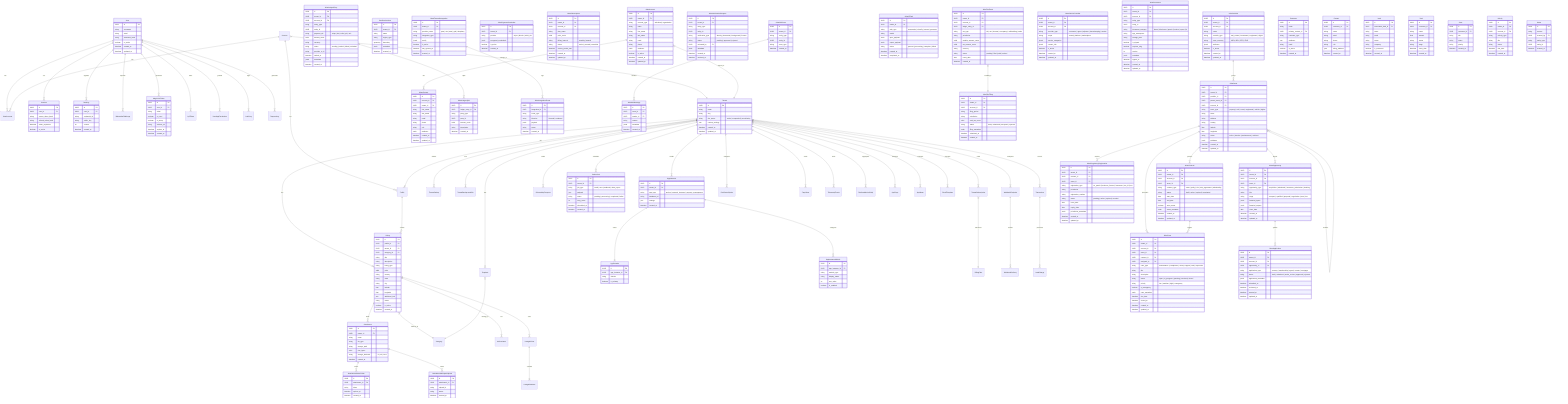
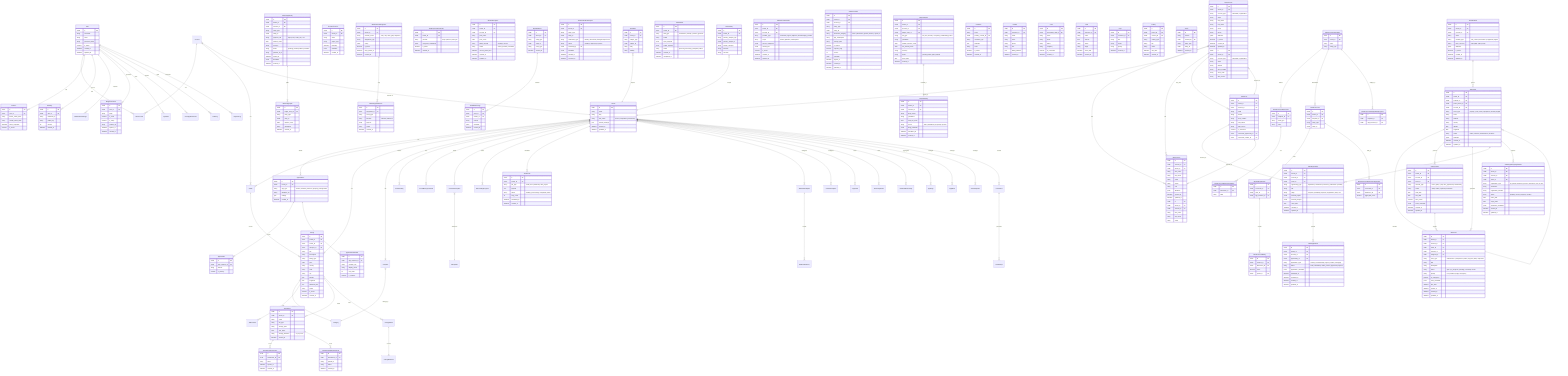
erDiagram
    %% ==========================================
    %% SECTION 1: Core Tenancy & Identity
    %% ==========================================

    User ||--o{ UserAccount : has
    User ||--o{ Session : has
    User ||--o{ Passkey : registers
    User ||--o{ WebauthnChallenge : requests
    User ||--o{ MagicLinkToken : generates
    User ||--o{ ApiToken : owns
    User ||--o{ UserAppPermission : granted
    User ||--o{ AuditLog : signs
    User ||--o{ RequestLog : generates

    Account ||--o{ UserAccount : has
    Account ||--o{ Profile : has
    Account }|--|| Tenant : belongs_to

    Tenant ||--o{ AppInstance : installs
    Tenant ||--|{ Profile : has
    Tenant ||--|{ Listing : has
    Tenant ||--|{ Template : has
    Tenant ||--o{ TenantSetting : defines
    Tenant ||--o{ TenantBackgroundJob : runs
    Tenant ||--o{ TenantSubscription : holds
    Tenant ||--o{ OnboardingProgress : tracks
    Tenant ||--o{ OutboxJob : schedules
    Tenant ||--o{ WebhookEndpoint : configures
    Tenant ||--o{ CrmStatusOption : configures
    Tenant ||--o{ PageView : tracks
    Tenant ||--o{ TelemetryEvents : emits
    Tenant ||--o{ PlatformMetricsDaily : aggregates
    Tenant ||--o{ AppPage : manages
    Tenant ||--o{ AppMenu : manages
    Tenant ||--o{ EmailTemplate : manages
    Tenant ||--o{ Transaction : records

    AppInstance ||--|{ AppDomain : routes
    AppInstance ||--o{ AppInstanceModule : configures
    TenantSubscription }|--|| BillingPlan : references
    WebhookEndpoint ||--o{ WebhookDelivery : records
    Transaction ||--o{ LeadCharge : processes

    %% ==========================================
    %% SECTION 2: UNIFIED PARTY MODEL (new canonical)
    %% ==========================================

    AtlasAccount {
        UUID id PK
        UUID tenant_id FK
        string account_type "individual | organization"
        string name
        string first_name
        string last_name
        string email
        string phone
        jsonb attributes
        boolean is_active
        datetime created_at
        datetime updated_at
    }

    AtlasContact {
        UUID id PK
        UUID account_id FK
        UUID tenant_id FK
        string first_name
        string last_name
        string email
        string phone
        string role
        jsonb attributes
        datetime created_at
        datetime updated_at
    }

    AtlasAccount ||--o{ AtlasContact : has
    AtlasAccount }|--|| Tenant : scoped_to

    %% ==========================================
    %% SECTION 3: INFRASTRUCTURE GENERICS (G01-G08)
    %% ==========================================

    GeoServiceArea {
        UUID id PK
        UUID tenant_id FK
        string name
        string region_type
        geometry boundary
        jsonb metadata
        datetime created_at
    }

    Attachment {
        UUID id PK
        UUID tenant_id FK
        string name
        string file_type
        string storage_path
        int64 size_bytes
        string storage_backend "r2 | s3 | local"
        datetime created_at
    }
    AttachmentShareToken {
        UUID id PK
        UUID attachment_id FK
        string token
        datetime expires_at
        datetime created_at
    }
    AttachmentMultipartUpload {
        UUID id PK
        UUID attachment_id FK
        string upload_id
        string status
        datetime created_at
    }
    Attachment ||--o{ AttachmentShareToken : issues
    Attachment ||--o{ AttachmentMultipartUpload : tracks

    AtlasLedgerEntry {
        UUID id PK
        UUID tenant_id FK
        UUID account_id FK
        string entity_type
        UUID entity_id
        string payment_rail "stripe | btc | zelle | pix | ach"
        int64 amount_cents
        string currency
        string status "pending | settled | failed | refunded"
        string provider_tx_id
        datetime settled_at
        jsonb metadata
        datetime created_at
    }
    AtlasLedgerSplit {
        UUID id PK
        UUID ledger_entry_id FK
        string party_type
        UUID party_id
        int64 amount_cents
        string description
        datetime created_at
    }
    AtlasPaymentCredential {
        UUID id PK
        UUID tenant_id FK
        string provider "stripe | bitcoin | zelle | pix"
        jsonb encrypted_credentials
        boolean is_active
        datetime created_at
    }
    AtlasLedgerEntry ||--o{ AtlasLedgerSplit : splits

    AtlasSubscription {
        UUID id PK
        UUID tenant_id FK
        UUID account_id FK
        string plan_name
        int64 price_cents
        string billing_interval "monthly | annual"
        string status "active | paused | cancelled"
        datetime current_period_end
        datetime created_at
        datetime updated_at
    }

    AtlasExternalIntegration {
        UUID id PK
        UUID tenant_id FK
        string provider_name "pms | ota | ams | gds | telephony"
        string integration_type
        jsonb config
        boolean is_active
        datetime last_synced_at
        datetime created_at
    }
    AtlasIntegrationEvent {
        UUID id PK
        UUID integration_id FK
        string event_type
        string direction "inbound | outbound"
        jsonb payload
        string status
        datetime created_at
    }
    AtlasExternalIntegration ||--o{ AtlasIntegrationEvent : logs

    AtlasVerificationRequest {
        UUID id PK
        UUID tenant_id FK
        string entity_type
        UUID entity_id
        string verification_type "identity | document | background | license"
        string status "pending | approved | rejected"
        UUID reviewed_by FK
        jsonb metadata
        datetime created_at
        datetime resolved_at
    }

    AtlasWsRoom {
        UUID id PK
        UUID tenant_id FK
        string entity_type
        UUID entity_id
        string room_type
        datetime created_at
    }
    AtlasWsMessage {
        UUID id PK
        UUID room_id FK
        UUID sender_id FK
        string content
        jsonb metadata
        datetime created_at
    }
    AtlasWsRoom ||--o{ AtlasWsMessage : contains

    AtlasAiTask {
        UUID id PK
        UUID tenant_id FK
        string task_type "summarize | classify | extract | generate"
        string model
        jsonb input_payload
        jsonb output_payload
        string status "queued | processing | complete | failed"
        datetime created_at
        datetime completed_at
    }

    %% ==========================================
    %% SECTION 4: DOMAIN GENERICS (G09-G18)
    %% ==========================================

    AtlasPortfolio {
        UUID id PK
        UUID tenant_id FK
        UUID account_id FK
        string name
        string portfolio_type "real_estate | investment | equipment | digital"
        string base_currency "USD | BRL | BTC | EUR"
        jsonb attributes
        boolean is_active
        datetime created_at
        datetime updated_at
    }

    AtlasAsset {
        UUID id PK
        UUID tenant_id FK
        UUID portfolio_id FK
        UUID parent_asset_id FK
        UUID account_id FK
        string asset_type "property | unit | room | equipment | vehicle | digital"
        string name
        string address
        string country
        float latitude
        float longitude
        string status "active | inactive | maintenance | archived"
        jsonb attributes
        datetime created_at
        datetime updated_at
    }
    AtlasPortfolio ||--o{ AtlasAsset : groups
    AtlasAsset ||--o{ AtlasAsset : contains

    AtlasContract {
        UUID id PK
        UUID tenant_id FK
        UUID account_id FK
        UUID asset_id FK
        string contract_type "lease | policy | sla | rate_agreement | wholesaling"
        string status "draft | active | expired | terminated"
        date start_date
        date end_date
        boolean auto_renew
        jsonb terms_metadata
        datetime created_at
        datetime updated_at
    }
    AtlasAsset ||--o{ AtlasContract : governs

    AtlasServiceProvider {
        UUID id PK
        UUID tenant_id FK
        UUID account_id FK
        string provider_type "contractor | agent | adjuster | housekeeping | vendor"
        string scope "tenant | platform | marketplace"
        jsonb service_categories
        jsonb contact_info
        boolean is_active
        datetime created_at
        datetime updated_at
    }

    AtlasCase {
        UUID id PK
        UUID tenant_id FK
        UUID account_id FK
        UUID asset_id FK
        UUID contract_id FK
        UUID assigned_to FK
        string case_type "maintenance | compliance | claim | support | task | inspection"
        string title
        string description
        string status "open | in_progress | pending | resolved | closed"
        string priority "low | medium | high | emergency"
        boolean is_emergency
        jsonb case_metadata
        datetime due_date
        datetime closed_at
        datetime created_at
        datetime updated_at
    }
    AtlasAsset ||--o{ AtlasCase : generates
    AtlasContract ||--o{ AtlasCase : triggers

    AtlasDocument {
        UUID id PK
        UUID tenant_id FK
        UUID account_id FK
        string entity_type
        UUID entity_id
        string document_category "lease | disclosure | permit | invoice | report | id"
        string app_namespace
        string storage_path
        boolean is_signed
        boolean requires_esig
        int version
        jsonb metadata
        datetime signed_at
        datetime created_at
        datetime updated_at
    }

    AtlasOpportunity {
        UUID id PK
        UUID tenant_id FK
        UUID account_id FK
        UUID asset_id FK
        string opportunity_type "acquisition | wholesale | insurance_submission | booking"
        string title
        string stage "prospect | qualified | proposal | negotiation | won | lost"
        jsonb financial_inputs
        jsonb financial_outputs
        date close_date
        datetime created_at
        datetime updated_at
    }
    AtlasAsset ||--o{ AtlasOpportunity : targets

    AtlasRegulatoryRegistration {
        UUID id PK
        UUID tenant_id FK
        UUID account_id FK
        UUID asset_id FK
        string registration_type "str_permit | business_license | insurance | tax_id | hoa"
        string jurisdiction
        string registration_number
        string status "pending | active | expired | revoked"
        date issue_date
        date expiry_date
        jsonb jurisdiction_metadata
        datetime created_at
        datetime updated_at
    }
    AtlasAsset ||--o{ AtlasRegulatoryRegistration : requires

    AtlasTaxEvent {
        UUID id PK
        UUID tenant_id FK
        UUID account_id FK
        UUID ledger_entry_id FK
        string tax_type "tdt | vat | income | occupancy | withholding | sales"
        string jurisdiction
        int64 taxable_amount_cents
        int64 tax_amount_cents
        string currency
        string status "pending | filed | paid | waived"
        date event_date
        datetime created_at
    }
    AtlasTaxFiling {
        UUID id PK
        UUID tenant_id FK
        UUID account_id FK
        string filing_period
        string jurisdiction
        int64 total_tax_cents
        string status "draft | submitted | accepted | rejected"
        jsonb filing_metadata
        datetime submitted_at
        datetime created_at
    }
    AtlasTaxEvent }|--|| AtlasTaxFiling : included_in

    AtlasApplication {
        UUID id PK
        UUID tenant_id FK
        UUID account_id FK
        UUID opportunity_id FK
        string application_type "tenancy | membership | agent | creator | mortgage"
        string status "draft | submitted | under_review | approved | rejected"
        jsonb application_metadata
        datetime submitted_at
        datetime reviewed_at
        datetime created_at
        datetime updated_at
    }
    AtlasOpportunity ||--o{ AtlasApplication : spawns

    %% ==========================================
    %% SECTION 5: CMS & DIRECTORY (Anchor/Network)
    %% ==========================================

    Profile ||--o{ Listing : creates
    Listing }|--|| Category : belongs_to
    Listing ||--o{ AdPurchase : has
    Listing ||--o{ Attachment : holds
    Listing ||--o{ ListingABTest : tests
    ListingABTest ||--|{ ListingABVariant : contains
    Template }|--|| Category : belongs_to

    %% ==========================================
    %% SECTION 6: LEGACY CRM (Deprecation Path)
    %% (Dual-write bridge — to be retired)
    %% ==========================================

    Customer {
        UUID id PK
        string name
        UUID primary_contact_id FK
        string customer_type
        json attributes
        string email
        boolean is_active
        datetime created_at
    }
    Contact {
        UUID id PK
        UUID customer_id FK
        string name
        string email
        string phone
        string role
        json billing_address
        datetime created_at
    }
    Lead {
        UUID id PK
        UUID associated_deal_id FK
        string name
        string email
        string status
        string company
        boolean is_converted
        datetime created_at
    }
    Deal {
        UUID id PK
        UUID customer_id FK
        string name
        float amount
        string status
        string stage
        datetime close_date
        datetime created_at
    }
    Case {
        UUID id PK
        UUID customer_id FK
        string title
        string status
        string priority
        datetime created_at
    }
    Activity {
        UUID id PK
        UUID tenant_id FK
        UUID account_id FK
        string activity_type
        string title
        string status
        datetime due_date
        datetime created_at
    }
    Notes {
        UUID id PK
        string content
        UUID created_by FK
        string entity_type
        UUID entity_id
        datetime created_at
    }

    %% ==========================================
    %% SECTION 7: CORE ENTITY DEFINITIONS (abbreviated)
    %% ==========================================

    User {
        UUID id PK
        string username
        string email
        string password_hash
        boolean is_active
        datetime created_at
        datetime updated_at
    }
    Tenant {
        UUID id PK
        string name
        string slug
        string site_status "active | suspended | provisioning"
        json custom_settings
        datetime created_at
        datetime updated_at
    }
    AppInstance {
        UUID id PK
        UUID tenant_id FK
        string app_type "anchor | network_instance | property_management"
        string database_url
        json settings
        datetime created_at
    }
    AppDomain {
        UUID id PK
        UUID app_instance_id FK
        string domain
        boolean is_primary
    }
    AppInstanceModule {
        UUID id PK
        UUID app_instance_id FK
        string module_type
        string display_name
        int sort_order
        boolean is_enabled
    }
    Session {
        UUID id PK
        UUID user_id FK
        string bearer_token_hash
        string refresh_token_hash
        datetime token_expiration
        boolean is_active
    }
    Passkey {
        UUID id PK
        UUID user_id FK
        string credential_id
        string public_key
        int counter
        datetime created_at
    }
    OutboxJob {
        UUID id PK
        UUID tenant_id FK
        string job_type "email | sms | webhook | data_export"
        json payload
        string status "pending | processing | completed | failed"
        int retry_count
        datetime scheduled_at
        datetime created_at
    }
    MagicLinkToken {
        UUID id PK
        UUID user_id FK
        string token
        boolean is_used
        boolean is_setup
        string redirect_url
        datetime expires_at
        datetime created_at
    }
    Listing {
        UUID id PK
        UUID profile_id FK
        UUID tenant_id FK
        UUID category_id FK
        string title
        string description
        string listing_type
        int64 price
        string country
        string state
        string city
        float latitude
        float longitude
        json additional_info
        string status
        boolean is_active
        datetime created_at
    }
+ 
+ 
+     %% ==========================================
+     %% SECTION: Round 2 CRM & Scorecards (G27–G31)
+     %% Added July 2026 — CURRENT_STATE Rev 11 sync
+     %% ==========================================
+ 
+     AtlasAccount ||--o{ AtlasContact : has
+     AtlasAccount ||--o{ AtlasLead : may_own
+     AtlasLead ||--o| AtlasOpportunity : converts_to
+     AtlasLead ||--o| AtlasContact : converts_to
+     AtlasLead ||--o| AtlasAccount : converts_to
+ 
+     AtlasNote }o--|| Tenant : scoped
+     AtlasActivity }o--|| Tenant : scoped
+ 
+     AtlasScorecardTemplate ||--o{ AtlasScorecardDimension : defines
+     AtlasScorecardDimension ||--o{ AtlasScorecardDimensionOption : has
+     AtlasScorecardTemplate ||--o{ AtlasScorecard : instantiates
+     AtlasScorecard ||--o{ AtlasRatingSession : hosts
+     AtlasRatingSession ||--o{ AtlasScorecardEntry : records
+     AtlasScorecard ||--o{ AtlasScorecardDimensionAggregate : rolls_up
+     AtlasScorecardTemplate ||--o{ AtlasScorecardTemplateDeployment : deploys_to
+ 
+     AtlasAccount {
+         UUID id PK
+         UUID tenant_id FK
+         string account_type "individual | organization"
+         string name
+         string domain
+         string duns_number
+         string naics_code
+         string data_source
+     }
+     AtlasContact {
+         UUID id PK
+         UUID tenant_id FK
+         UUID account_id FK
+         string first_name
+         string last_name
+         string email
+     }
+     AtlasLead {
+         UUID id PK
+         UUID tenant_id FK
+         UUID account_id FK
+         string email
+         string domain
+         string duns_number
+         string lead_status
+         string data_source
+         boolean is_converted
+         UUID converted_opportunity_id FK
+         UUID converted_contact_id FK
+     }
+     AtlasNote {
+         UUID id PK
+         UUID tenant_id FK
+         string subject_type
+         UUID subject_id
+         string body
+         string visibility
+     }
+     AtlasActivity {
+         UUID id PK
+         UUID tenant_id FK
+         string primary_subject_type
+         UUID primary_subject_id
+         string activity_category
+         string direction
+         string outcome
+     }
+     AtlasScorecardTemplate {
+         UUID id PK
+         UUID tenant_id FK
+         string name
+         string entity_type
+     }
+     AtlasScorecardDimension {
+         UUID id PK
+         UUID template_id FK
+         string scale_type
+         string name
+     }
+     AtlasScorecardDimensionOption {
+         UUID id PK
+         UUID dimension_id FK
+         string label
+     }
+     AtlasScorecard {
+         UUID id PK
+         UUID tenant_id FK
+         UUID template_id FK
+         string entity_type
+         UUID entity_id
+     }
+     AtlasRatingSession {
+         UUID id PK
+         UUID scorecard_id FK
+         UUID rater_id FK
+         UUID app_instance_id FK
+     }
+     AtlasScorecardEntry {
+         UUID id PK
+         UUID session_id FK
+         UUID dimension_id FK
+         decimal score
+         UUID option_id FK
+     }
+     AtlasScorecardDimensionAggregate {
+         UUID id PK
+         UUID scorecard_id FK
+         UUID dimension_id FK
+         decimal aggregate_score
+     }
+     AtlasScorecardTemplateDeployment {
+         UUID id PK
+         UUID template_id FK
+         UUID app_instance_id FK
+     }
